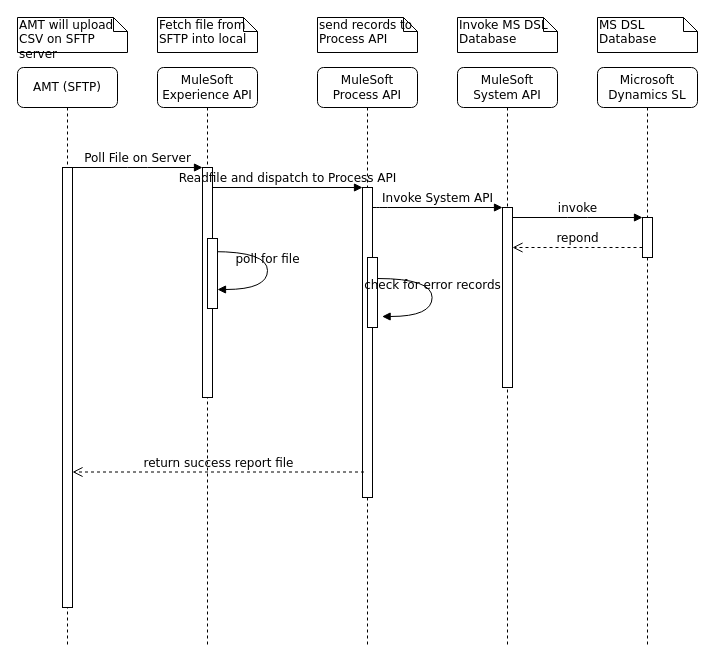
Before: draw_io/amt-dsl-usecase001-sequence.drawio in developer-max-mule/developer-max-mule, a draw.io diagram. Source tidied: cells renumbered, new cells numbered last; positions are measured from the earlier drawing's top-left corner, leaving out a move shared by most shapes. Both pictures are drawn from the tidied source at 100%, with x=0, y=0 at pixel (17, 17).
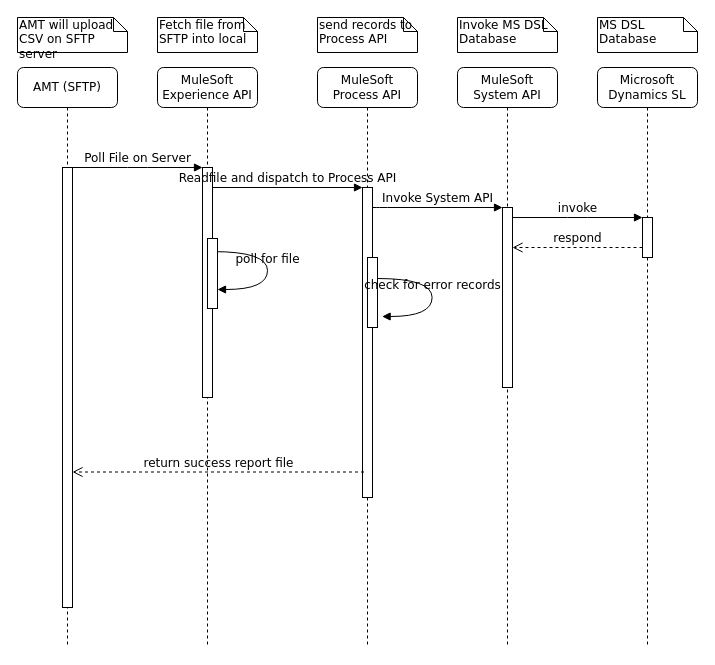
Above is the later version.

The change refers to these unchanged cells:
```xml
<mxCell id="10" style="html=1;points=[];perimeter=orthogonalPerimeter;rounded=0;shadow=0;comic=0;labelBackgroundColor=none;strokeWidth=1;fontFamily=Verdana;fontSize=12;align=center;" parent="1" vertex="1">
  <mxGeometry x="485" y="190" width="10" height="180" as="geometry" />
</mxCell>
<mxCell id="12" style="html=1;points=[];perimeter=orthogonalPerimeter;rounded=0;shadow=0;comic=0;labelBackgroundColor=none;strokeWidth=1;fontFamily=Verdana;fontSize=12;align=center;" parent="1" vertex="1">
  <mxGeometry x="625" y="200" width="10" height="40" as="geometry" />
</mxCell>
```

Diff of the diagram source:
```diff
@@
-    <mxCell id="14" value="repond" style="html=1;verticalAlign=bottom;endArrow=open;dashed=1;endSize=8;labelBackgroundColor=none;fontFamily=Verdana;fontSize=12;edgeStyle=elbowEdgeStyle;elbow=vertical;" parent="1" edge="1" source="12" target="10">
+    <mxCell id="14" value="respond" style="html=1;verticalAlign=bottom;endArrow=open;dashed=1;endSize=8;labelBackgroundColor=none;fontFamily=Verdana;fontSize=12;edgeStyle=elbowEdgeStyle;elbow=vertical;" parent="1" edge="1" source="12" target="10">
       <mxGeometry relative="1" as="geometry">
         <Array as="points">
           <mxPoint x="570" y="230" />
           <mxPoint x="600" y="230" />
         </Array>
       </mxGeometry>
     </mxCell>
```
